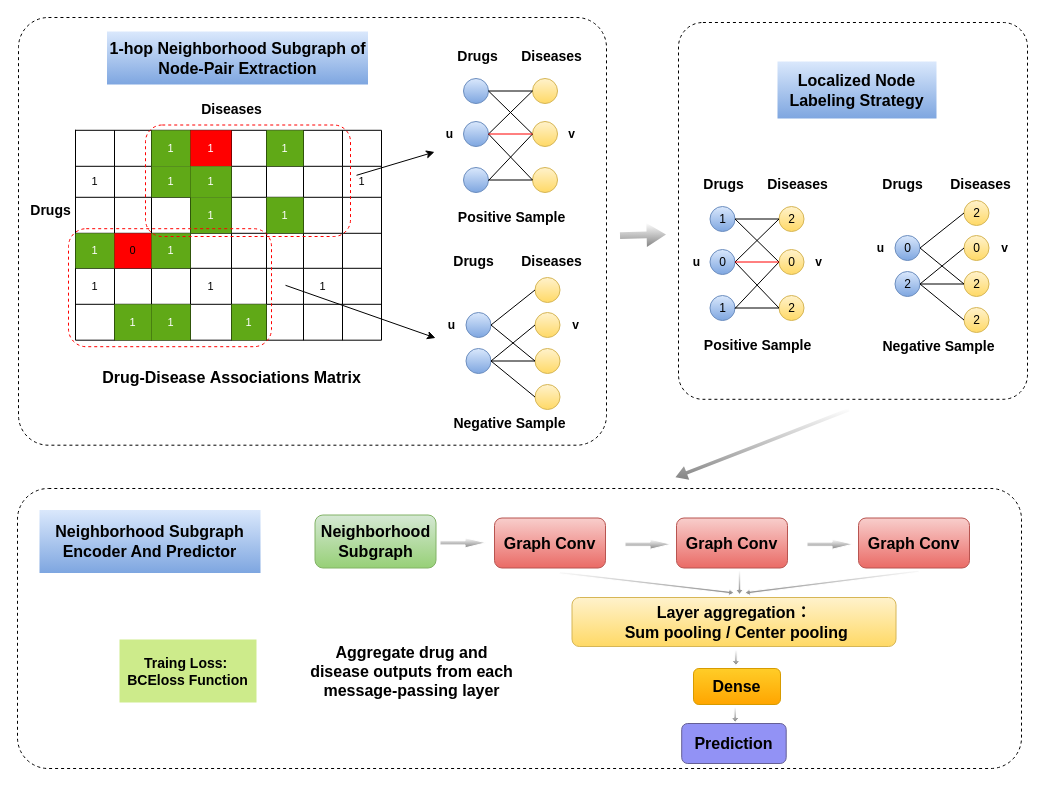
Before: page "第 3 页" (3 of 4) of 未命名绘图.drawio in nanfengk/hello-world, a draw.io diagram. Source tidied: cells renumbered, new cells numbered last; positions are measured from the earlier drawing's top-left corner, leaving out a move shared by most shapes. Both pictures are drawn from the tidied source at 100%, with x=0, y=0 at pixel (17, 17).
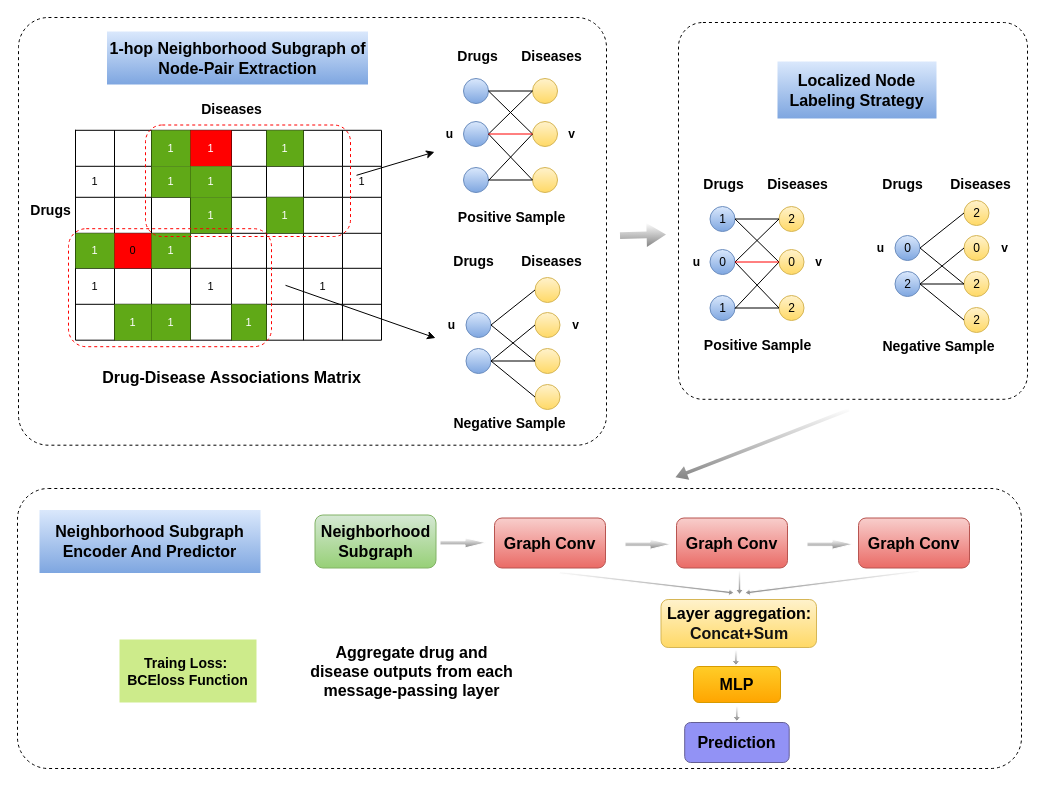
The same diagram, later.

Commit message:
更新未命名绘图.drawio

Diff of the diagram source:
```diff
@@
-    <mxCell id="146" value="&lt;b&gt;&lt;font style=&quot;font-size: 16px&quot;&gt;Layer aggregation：&lt;br&gt;&amp;nbsp;Sum pooling / Center pooling&lt;/font&gt;&lt;/b&gt;" style="rounded=1;whiteSpace=wrap;html=1;shadow=0;sketch=0;fontSize=9;strokeColor=#d6b656;strokeWidth=1;fillColor=#fff2cc;gradientColor=#ffd966;" parent="1" vertex="1">
-      <mxGeometry x="554.5" y="580" width="324" height="49" as="geometry" />
+    <mxCell id="146" value="&lt;b&gt;&lt;font&gt;&lt;span style=&quot;font-size: 16px&quot;&gt;Layer aggregation:&lt;br&gt;&lt;/span&gt;&lt;/font&gt;&lt;/b&gt;&lt;span style=&quot;color: rgb(18 , 18 , 18) ; font-family: , &amp;#34;blinkmacsystemfont&amp;#34; , &amp;#34;helvetica neue&amp;#34; , &amp;#34;pingfang sc&amp;#34; , &amp;#34;microsoft yahei&amp;#34; , &amp;#34;source han sans sc&amp;#34; , &amp;#34;noto sans cjk sc&amp;#34; , &amp;#34;wenquanyi micro hei&amp;#34; , sans-serif&quot;&gt;&lt;font size=&quot;3&quot;&gt;&lt;b&gt;Concat+Sum&lt;/b&gt;&lt;/font&gt;&lt;/span&gt;" style="rounded=1;whiteSpace=wrap;html=1;shadow=0;sketch=0;fontSize=9;strokeColor=#d6b656;strokeWidth=1;fillColor=#fff2cc;gradientColor=#ffd966;" parent="1" vertex="1">
+      <mxGeometry x="643.5" y="582" width="155.5" height="48" as="geometry" />
     </mxCell>
-    <mxCell id="147" value="&lt;b&gt;&lt;font style=&quot;font-size: 16px&quot;&gt;Dense&lt;/font&gt;&lt;/b&gt;" style="rounded=1;whiteSpace=wrap;html=1;shadow=0;sketch=0;fontSize=9;strokeColor=#d79b00;strokeWidth=1;fillColor=#ffcd28;gradientColor=#ffa500;" parent="1" vertex="1">
-      <mxGeometry x="676" y="651" width="87" height="36" as="geometry" />
+    <mxCell id="147" value="&lt;b&gt;&lt;font style=&quot;font-size: 16px&quot;&gt;MLP&lt;/font&gt;&lt;/b&gt;" style="rounded=1;whiteSpace=wrap;html=1;shadow=0;sketch=0;fontSize=9;strokeColor=#d79b00;strokeWidth=1;fillColor=#ffcd28;gradientColor=#ffa500;" parent="1" vertex="1">
+      <mxGeometry x="676" y="649" width="87" height="36" as="geometry" />
     </mxCell>
@@
     <mxCell id="153" value="&lt;font color=&quot;#000000&quot; style=&quot;font-size: 16px&quot;&gt;&lt;b&gt;Prediction&lt;/b&gt;&lt;/font&gt;" style="rounded=1;whiteSpace=wrap;html=1;shadow=0;sketch=0;fontSize=9;strokeColor=#655F94;strokeWidth=1;fillColor=#9292F5;" parent="1" vertex="1">
-      <mxGeometry x="664.2" y="706" width="104.5" height="40" as="geometry" />
+      <mxGeometry x="667.2" y="705" width="104.5" height="40" as="geometry" />
     </mxCell>
@@
     <mxCell id="157" style="shape=flexArrow;endArrow=classic;html=1;rounded=1;labelBackgroundColor=none;sketch=0;fontSize=9;fontColor=#000000;strokeColor=#FFFFFF;strokeWidth=1;fillColor=#858585;gradientColor=#ffffff;gradientDirection=north;curved=0;width=2.558139534883721;endSize=1.352325581395349;endWidth=4.860670194003528;" parent="1" edge="1">
       <mxGeometry relative="1" as="geometry">
-        <mxPoint x="717.7" y="689" as="sourcePoint" />
-        <mxPoint x="717.7" y="705.5" as="targetPoint" />
+        <mxPoint x="719.4" y="688" as="sourcePoint" />
+        <mxPoint x="719.3" y="704.5" as="targetPoint" />
         <Array as="points">
-          <mxPoint x="717.7" y="698.5" />
+          <mxPoint x="719.3" y="697.5" />
         </Array>
       </mxGeometry>
     </mxCell>
```
